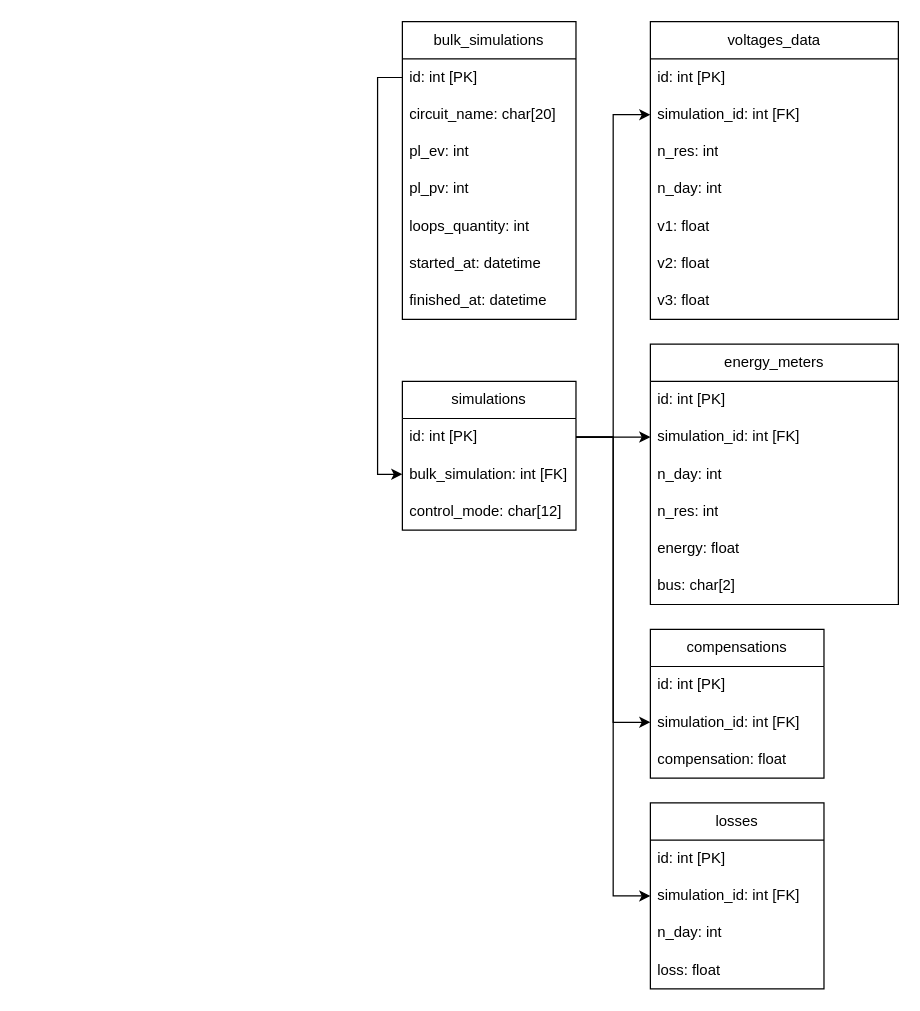
This is page "database" (1 of 2) of docs/diagram.drawio from raphaelnunes67/NetSim-CA746-CA744, a draw.io file, before an edit. Source tidied: cells renumbered, new cells numbered last; positions are measured from the earlier drawing's top-left corner, leaving out a move shared by most shapes. Both pictures are drawn from the tidied source at 124%, with x=0, y=0 at pixel (402, 21).
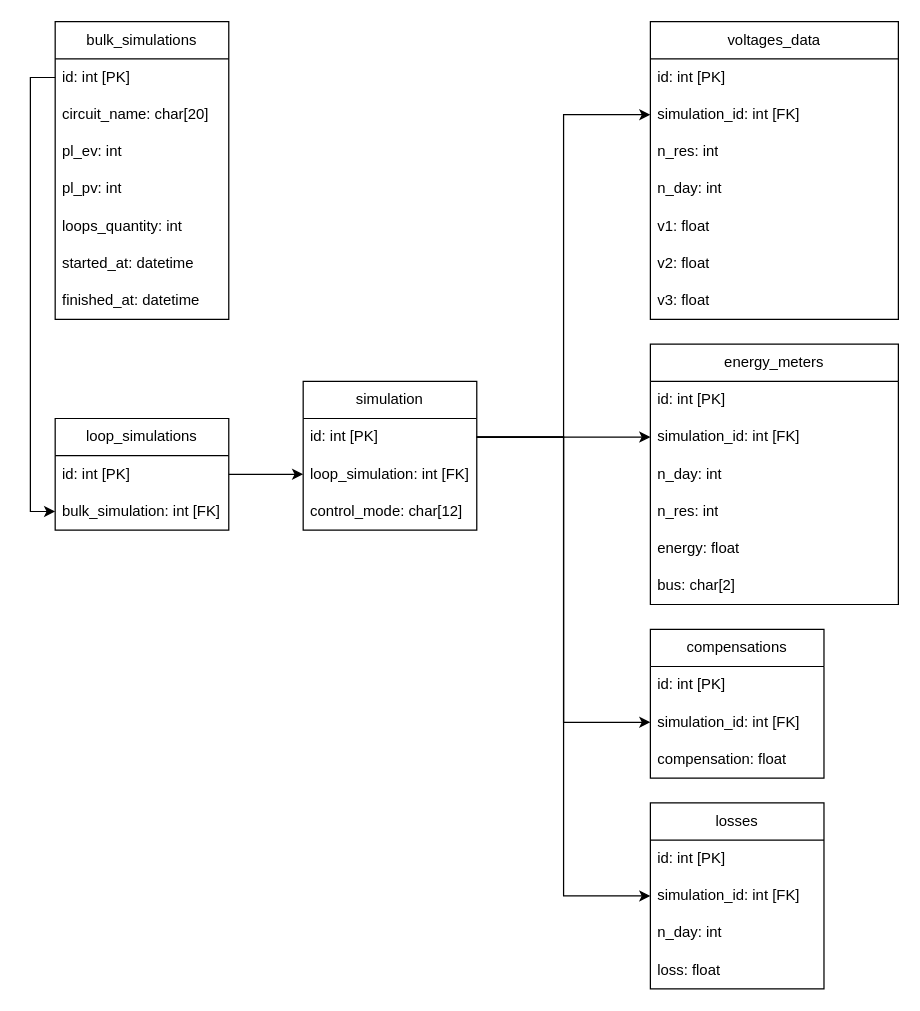
The same page after the edit.

Unchanged cells that the change refers to:
```xml
<mxCell id="12" value="simulation_id: int [FK]" style="text;strokeColor=none;fillColor=none;align=left;verticalAlign=middle;spacingLeft=4;spacingRight=4;overflow=hidden;points=[[0,0.5],[1,0.5]];portConstraint=eastwest;whiteSpace=wrap;html=1;" parent="10" vertex="1">
  <mxGeometry y="60" width="140" height="30" as="geometry" />
</mxCell>
<mxCell id="15" value="id: int [PK]" style="text;strokeColor=none;fillColor=none;align=left;verticalAlign=middle;spacingLeft=4;spacingRight=4;overflow=hidden;points=[[0,0.5],[1,0.5]];portConstraint=eastwest;whiteSpace=wrap;html=1;" parent="14" vertex="1">
  <mxGeometry y="30" width="140" height="30" as="geometry" />
</mxCell>
<mxCell id="21" value="simulation_id: int [FK]" style="text;strokeColor=none;fillColor=none;align=left;verticalAlign=middle;spacingLeft=4;spacingRight=4;overflow=hidden;points=[[0,0.5],[1,0.5]];portConstraint=eastwest;whiteSpace=wrap;html=1;" parent="19" vertex="1">
  <mxGeometry y="60" width="200" height="30" as="geometry" />
</mxCell>
<mxCell id="29" value="simulation_id: int [FK]" style="text;strokeColor=none;fillColor=none;align=left;verticalAlign=middle;spacingLeft=4;spacingRight=4;overflow=hidden;points=[[0,0.5],[1,0.5]];portConstraint=eastwest;whiteSpace=wrap;html=1;" parent="27" vertex="1">
  <mxGeometry y="60" width="140" height="30" as="geometry" />
</mxCell>
<mxCell id="34" value="simulation_id: int [FK]" style="text;strokeColor=none;fillColor=none;align=left;verticalAlign=middle;spacingLeft=4;spacingRight=4;overflow=hidden;points=[[0,0.5],[1,0.5]];portConstraint=eastwest;whiteSpace=wrap;html=1;" parent="32" vertex="1">
  <mxGeometry y="60" width="200" height="30" as="geometry" />
</mxCell>
```

Change to the diagram source:
```diff
@@
     <mxCell id="2" value="bulk_simulations" style="swimlane;fontStyle=0;horizontal=1;startSize=30;whiteSpace=wrap;html=1;" parent="1" vertex="1">
-      <mxGeometry width="140" height="240" as="geometry" />
+      <mxGeometry x="-280" width="140" height="240" as="geometry" />
     </mxCell>
@@
-    <mxCell id="14" value="simulations" style="swimlane;fontStyle=0;horizontal=1;startSize=30;whiteSpace=wrap;html=1;" parent="1" vertex="1">
-      <mxGeometry y="290" width="140" height="120" as="geometry" />
+    <mxCell id="14" value="loop_simulations" style="swimlane;fontStyle=0;horizontal=1;startSize=30;whiteSpace=wrap;html=1;" parent="1" vertex="1">
+      <mxGeometry x="-280" y="320" width="140" height="90" as="geometry" />
     </mxCell>
@@
-    <mxCell id="17" value="control_mode: char[12&lt;span style=&quot;background-color: initial;&quot;&gt;]&lt;/span&gt;" style="text;strokeColor=none;fillColor=none;align=left;verticalAlign=middle;spacingLeft=4;spacingRight=4;overflow=hidden;whiteSpace=wrap;html=1;" parent="14" vertex="1">
-      <mxGeometry y="90" width="140" height="30" as="geometry" />
-    </mxCell>
@@
-    <mxCell id="40" style="edgeStyle=orthogonalEdgeStyle;rounded=0;jettySize=auto;html=1;exitX=1;exitY=0.5;exitDx=0;exitDy=0;entryX=0;entryY=0.5;entryDx=0;entryDy=0;" parent="1" edge="1" source="15" target="21">
-      <mxGeometry relative="1" as="geometry" />
-    </mxCell>
-    <mxCell id="41" style="edgeStyle=orthogonalEdgeStyle;rounded=0;jettySize=auto;html=1;exitX=1;exitY=0.5;exitDx=0;exitDy=0;entryX=0;entryY=0.5;entryDx=0;entryDy=0;" parent="1" edge="1" source="15" target="34">
-      <mxGeometry relative="1" as="geometry" />
-    </mxCell>
-    <mxCell id="42" style="edgeStyle=orthogonalEdgeStyle;rounded=0;jettySize=auto;html=1;exitX=1;exitY=0.5;exitDx=0;exitDy=0;entryX=0;entryY=0.5;entryDx=0;entryDy=0;" parent="1" edge="1" source="15" target="12">
-      <mxGeometry relative="1" as="geometry" />
-    </mxCell>
-    <mxCell id="43" style="edgeStyle=orthogonalEdgeStyle;rounded=0;jettySize=auto;html=1;exitX=1;exitY=0.5;exitDx=0;exitDy=0;entryX=0;entryY=0.5;entryDx=0;entryDy=0;" parent="1" edge="1" source="15" target="29">
-      <mxGeometry relative="1" as="geometry" />
-    </mxCell>
+    <mxCell id="44" value="simulation" style="swimlane;fontStyle=0;horizontal=1;startSize=30;whiteSpace=wrap;html=1;" parent="1" vertex="1">
+      <mxGeometry x="-80" y="290" width="140" height="120" as="geometry" />
+    </mxCell>
+    <mxCell id="45" value="id: int [PK]" style="text;strokeColor=none;fillColor=none;align=left;verticalAlign=middle;spacingLeft=4;spacingRight=4;overflow=hidden;points=[[0,0.5],[1,0.5]];portConstraint=eastwest;whiteSpace=wrap;html=1;" parent="44" vertex="1">
+      <mxGeometry y="30" width="140" height="30" as="geometry" />
+    </mxCell>
+    <mxCell id="46" value="loop_simulation: int [FK]" style="text;strokeColor=none;fillColor=none;align=left;verticalAlign=middle;spacingLeft=4;spacingRight=4;overflow=hidden;points=[[0,0.5],[1,0.5]];portConstraint=eastwest;whiteSpace=wrap;html=1;" parent="44" vertex="1">
+      <mxGeometry y="60" width="140" height="30" as="geometry" />
+    </mxCell>
+    <mxCell id="17" value="control_mode: char[12&lt;span style=&quot;background-color: initial;&quot;&gt;]&lt;/span&gt;" style="text;strokeColor=none;fillColor=none;align=left;verticalAlign=middle;spacingLeft=4;spacingRight=4;overflow=hidden;whiteSpace=wrap;html=1;" parent="44" vertex="1">
+      <mxGeometry y="90" width="140" height="30" as="geometry" />
+    </mxCell>
+    <mxCell id="47" style="edgeStyle=orthogonalEdgeStyle;rounded=0;orthogonalLoop=1;jettySize=auto;html=1;exitX=1;exitY=0.5;exitDx=0;exitDy=0;" parent="44" edge="1" source="45" target="45">
+      <mxGeometry relative="1" as="geometry" />
+    </mxCell>
+    <mxCell id="48" style="edgeStyle=orthogonalEdgeStyle;rounded=0;jettySize=auto;html=1;exitX=1;exitY=0.5;exitDx=0;exitDy=0;entryX=0;entryY=0.5;entryDx=0;entryDy=0;" parent="1" edge="1" source="15" target="46">
+      <mxGeometry relative="1" as="geometry" />
+    </mxCell>
+    <mxCell id="49" style="edgeStyle=orthogonalEdgeStyle;rounded=0;jettySize=auto;html=1;exitX=1;exitY=0.5;exitDx=0;exitDy=0;" parent="1" edge="1" source="45" target="21">
+      <mxGeometry relative="1" as="geometry" />
+    </mxCell>
+    <mxCell id="50" style="edgeStyle=orthogonalEdgeStyle;rounded=0;jettySize=auto;html=1;exitX=1;exitY=0.5;exitDx=0;exitDy=0;entryX=0;entryY=0.5;entryDx=0;entryDy=0;" parent="1" edge="1" source="45" target="34">
+      <mxGeometry relative="1" as="geometry" />
+    </mxCell>
+    <mxCell id="51" style="edgeStyle=orthogonalEdgeStyle;rounded=0;jettySize=auto;html=1;exitX=1;exitY=0.5;exitDx=0;exitDy=0;" parent="1" edge="1" source="45" target="12">
+      <mxGeometry relative="1" as="geometry" />
+    </mxCell>
+    <mxCell id="52" style="edgeStyle=orthogonalEdgeStyle;rounded=0;jettySize=auto;html=1;exitX=1;exitY=0.5;exitDx=0;exitDy=0;entryX=0;entryY=0.5;entryDx=0;entryDy=0;" parent="1" edge="1" source="45" target="29">
+      <mxGeometry relative="1" as="geometry" />
+    </mxCell>
```
